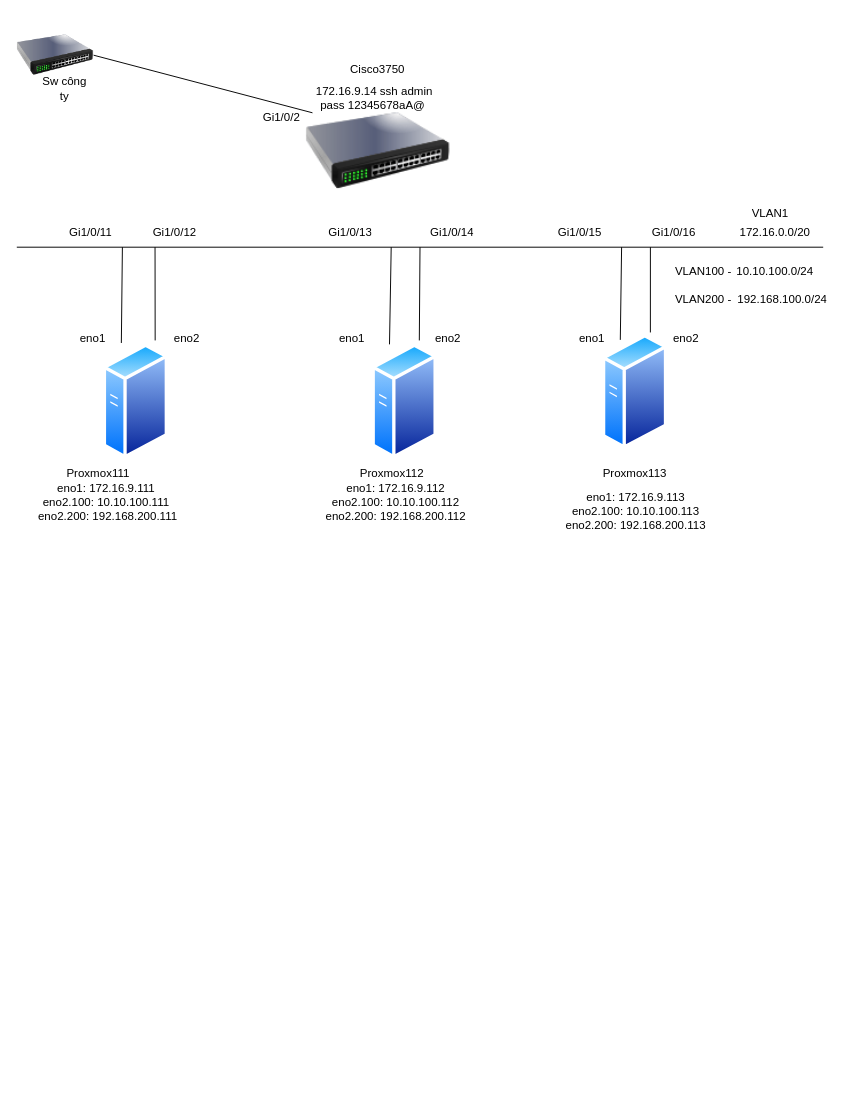
Before: Ảo Hóa/Proxmox/MultiVLAN.drawio in tudv1989/THUCTAPNHANHOA2025-HATANG, a draw.io diagram. Source tidied: cells renumbered, new cells numbered last; positions are measured from the earlier drawing's top-left corner, leaving out a move shared by most shapes. Both pictures are drawn from the tidied source at 96%, with x=0, y=0 at pixel (16, 16).
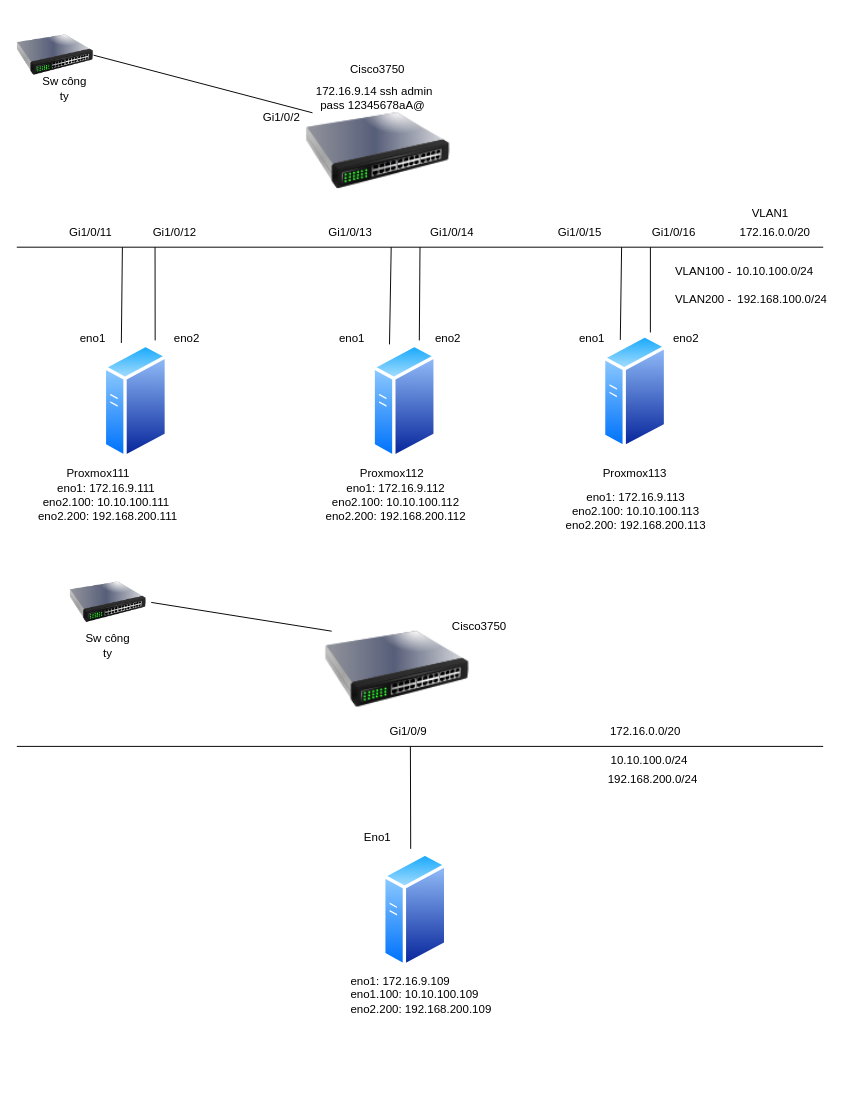
The same page after the edit.

The edit, as a diff of the source:
```diff
@@
+    <mxCell id="43" style="image;html=1;image=img/lib/clip_art/networking/Switch_128x128.png;" parent="1" vertex="1">
+      <mxGeometry x="260" y="640" width="272" height="80" as="geometry" />
+    </mxCell>
+    <mxCell id="44" style="image;html=1;image=img/lib/clip_art/networking/Switch_128x128.png;" parent="1" vertex="1">
+      <mxGeometry x="55" y="570" width="80" height="80" as="geometry" />
+    </mxCell>
+    <mxCell id="45" style="endArrow=none;html=1;rounded=0;entryX=0.25;entryY=0;entryDx=0;entryDy=0;" parent="1" edge="1" target="43">
+      <mxGeometry relative="1" as="geometry">
+        <mxPoint x="140" y="610" as="sourcePoint" />
+      </mxGeometry>
+    </mxCell>
+    <mxCell id="46" style="endArrow=none;html=1;rounded=0;" parent="1" edge="1">
+      <mxGeometry relative="1" as="geometry">
+        <mxPoint y="760" as="sourcePoint" />
+        <mxPoint x="840" y="760" as="targetPoint" />
+      </mxGeometry>
+    </mxCell>
+    <mxCell id="47" style="image;perimeter=ellipsePerimeter;html=1;align=center;shadow=0;dashed=0;spacingTop=3;image=img/lib/active_directory/generic_server.svg;" parent="1" vertex="1">
+      <mxGeometry x="381" y="870" width="68" height="121.4" as="geometry" />
+    </mxCell>
+    <mxCell id="48" style="endArrow=none;html=1;rounded=0;exitX=0.431;exitY=-0.027;exitDx=0;exitDy=0;exitPerimeter=0;" parent="1" edge="1" source="47">
+      <mxGeometry relative="1" as="geometry">
+        <mxPoint x="410" y="760" as="targetPoint" />
+      </mxGeometry>
+    </mxCell>
+    <mxCell id="49" value="Gi1/0/9" style="text;html=1;align=center;verticalAlign=middle;whiteSpace=wrap;rounded=0;" parent="1" vertex="1">
+      <mxGeometry x="378" y="730" width="60" height="30" as="geometry" />
+    </mxCell>
+    <mxCell id="50" value="Eno1" style="text;html=1;align=center;verticalAlign=middle;whiteSpace=wrap;rounded=0;" parent="1" vertex="1">
+      <mxGeometry x="346" y="840" width="60" height="30" as="geometry" />
+    </mxCell>
+    <mxCell id="51" value="eno1: 172.16.9.109&lt;div&gt;eno1.100: 10.10.100.109&lt;/div&gt;&lt;div&gt;eno2.200: 192.168.200.109&lt;/div&gt;" style="text;whiteSpace=wrap;html=1;" parent="1" vertex="1">
+      <mxGeometry x="346" y="991.4" width="420" height="120" as="geometry" />
+    </mxCell>
+    <mxCell id="52" value="Sw công ty" style="text;html=1;align=center;verticalAlign=middle;whiteSpace=wrap;rounded=0;" parent="1" vertex="1">
+      <mxGeometry x="65" y="640" width="60" height="30" as="geometry" />
+    </mxCell>
+    <mxCell id="53" value="Cisco3750" style="text;html=1;align=center;verticalAlign=middle;whiteSpace=wrap;rounded=0;" parent="1" vertex="1">
+      <mxGeometry x="452" y="620" width="60" height="30" as="geometry" />
+    </mxCell>
+    <mxCell id="54" value="172.16.0.0/20" style="text;html=1;align=center;verticalAlign=middle;whiteSpace=wrap;rounded=0;" parent="1" vertex="1">
+      <mxGeometry x="610" y="730" width="90" height="30" as="geometry" />
+    </mxCell>
+    <mxCell id="55" value="10.10.100.0/24" style="text;html=1;align=center;verticalAlign=middle;whiteSpace=wrap;rounded=0;" parent="1" vertex="1">
+      <mxGeometry x="629" y="760" width="60" height="30" as="geometry" />
+    </mxCell>
+    <mxCell id="56" value="192.168.200.0/24" style="text;strokeColor=none;fillColor=none;align=left;verticalAlign=middle;spacingLeft=4;spacingRight=4;overflow=hidden;whiteSpace=wrap;html=1;" parent="1" vertex="1">
+      <mxGeometry x="610" y="780" width="110" height="30" as="geometry" />
+    </mxCell>
```
